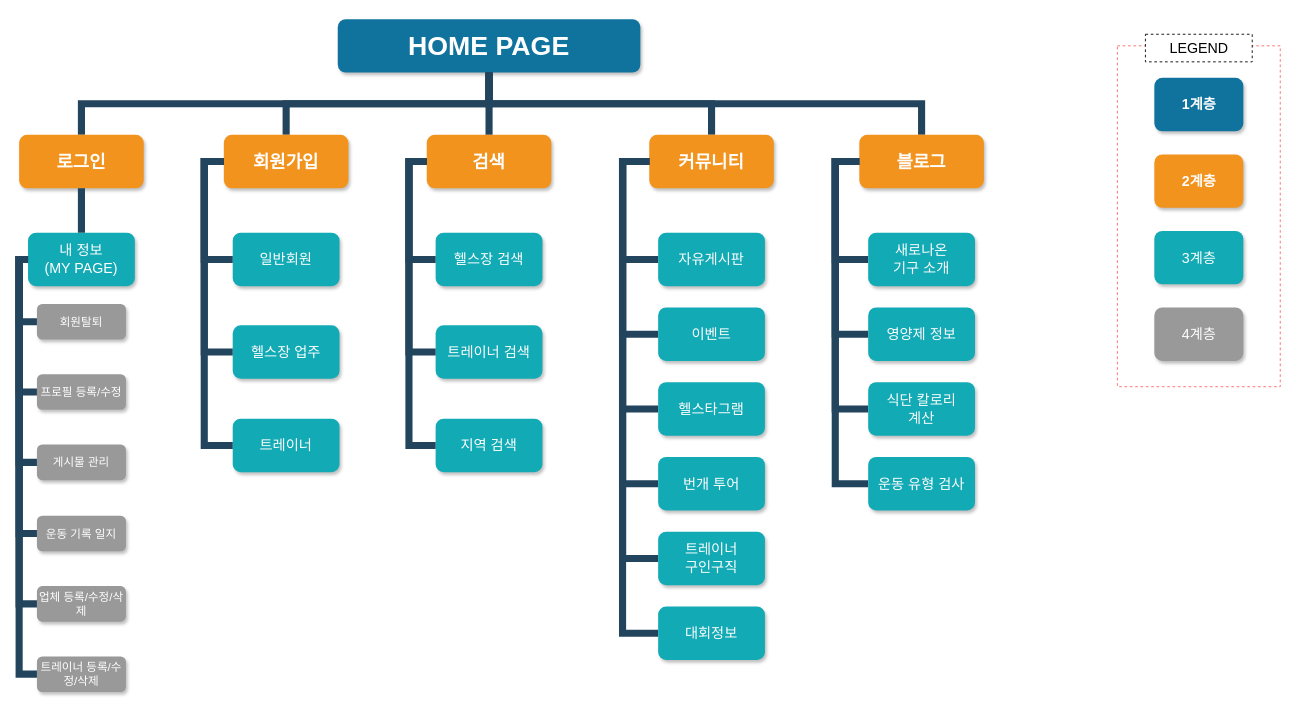
Before: page "Page-1" (1 of 2) of Untitled Diagram.drawio in SANGSIKWOO/public_use, a draw.io diagram. Source tidied: cells renumbered, new cells numbered last; positions are measured from the earlier drawing's top-left corner, leaving out a move shared by most shapes. Both pictures are drawn from the tidied source at 89%, with x=0, y=0 at pixel (19, 19).
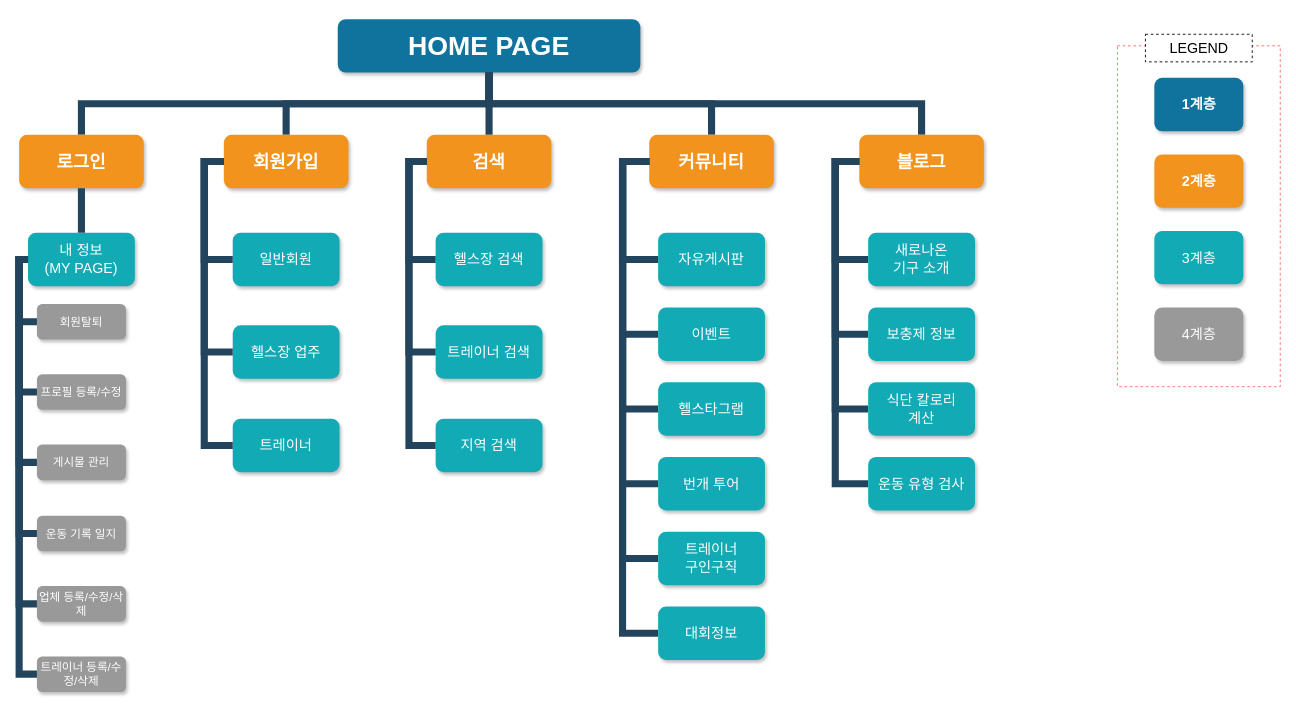
The same page after the edit.

Unchanged cells that the change refers to:
```xml
<mxCell id="61" style="group;" parent="1" vertex="1">
  <mxGeometry x="917" y="130" width="167" height="422" as="geometry" />
</mxCell>
```

Diff of the diagram source:
```diff
@@
-    <mxCell id="68" value="영양제 정보" style="whiteSpace=wrap;rounded=1;fillColor=#12AAB5;strokeColor=none;shadow=1;fontColor=#FFFFFF;fontSize=16;" parent="61" vertex="1">
+    <mxCell id="68" value="보충제 정보" style="whiteSpace=wrap;rounded=1;fillColor=#12AAB5;strokeColor=none;shadow=1;fontColor=#FFFFFF;fontSize=16;" parent="61" vertex="1">
       <mxGeometry x="37" y="194" width="120" height="60" as="geometry" />
     </mxCell>
```
